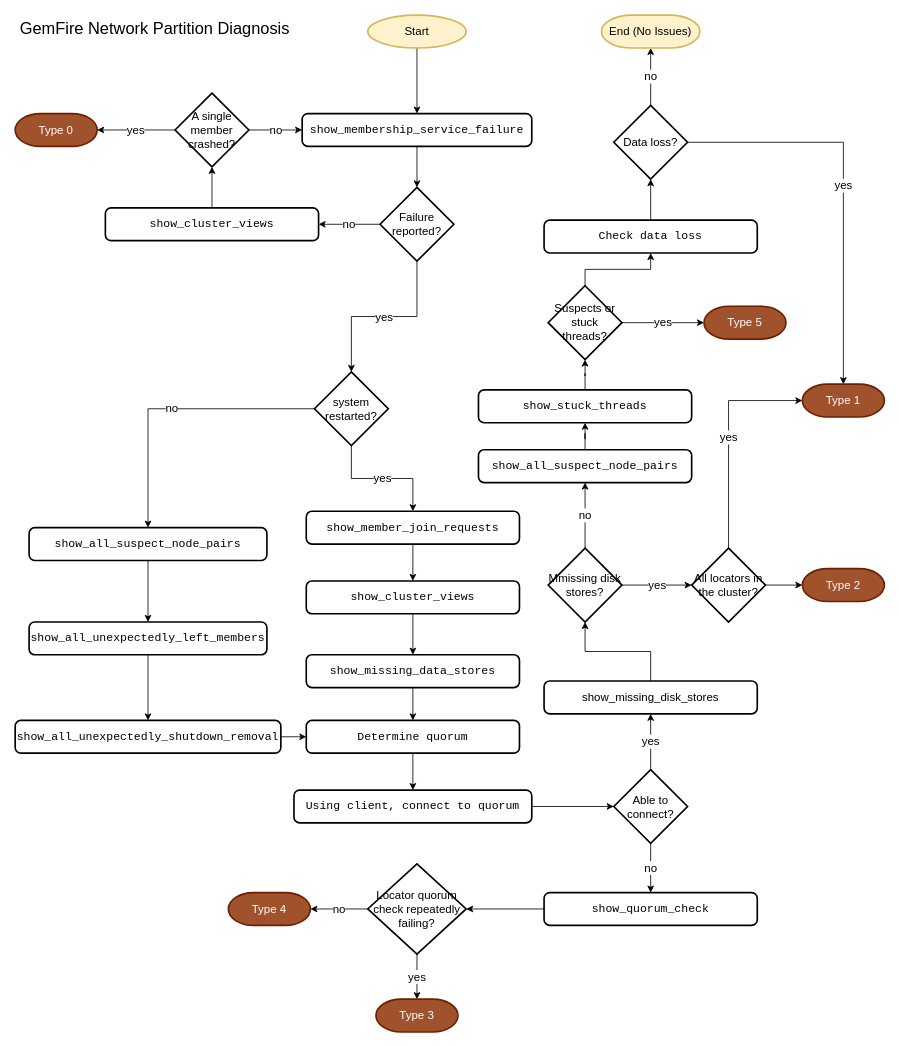
This is page "Diagnosis" (7 of 7) of images/drawio/split-brain.drawio from padogrid/bundle-geode-1-app-perf_test_sb-cluster-sb, a draw.io file, before an edit. Source tidied: cells renumbered, new cells numbered last; positions are measured from the earlier drawing's top-left corner, leaving out a move shared by most shapes. Both pictures are drawn from the tidied source at 82%, with x=0, y=0 at pixel (15, 15).
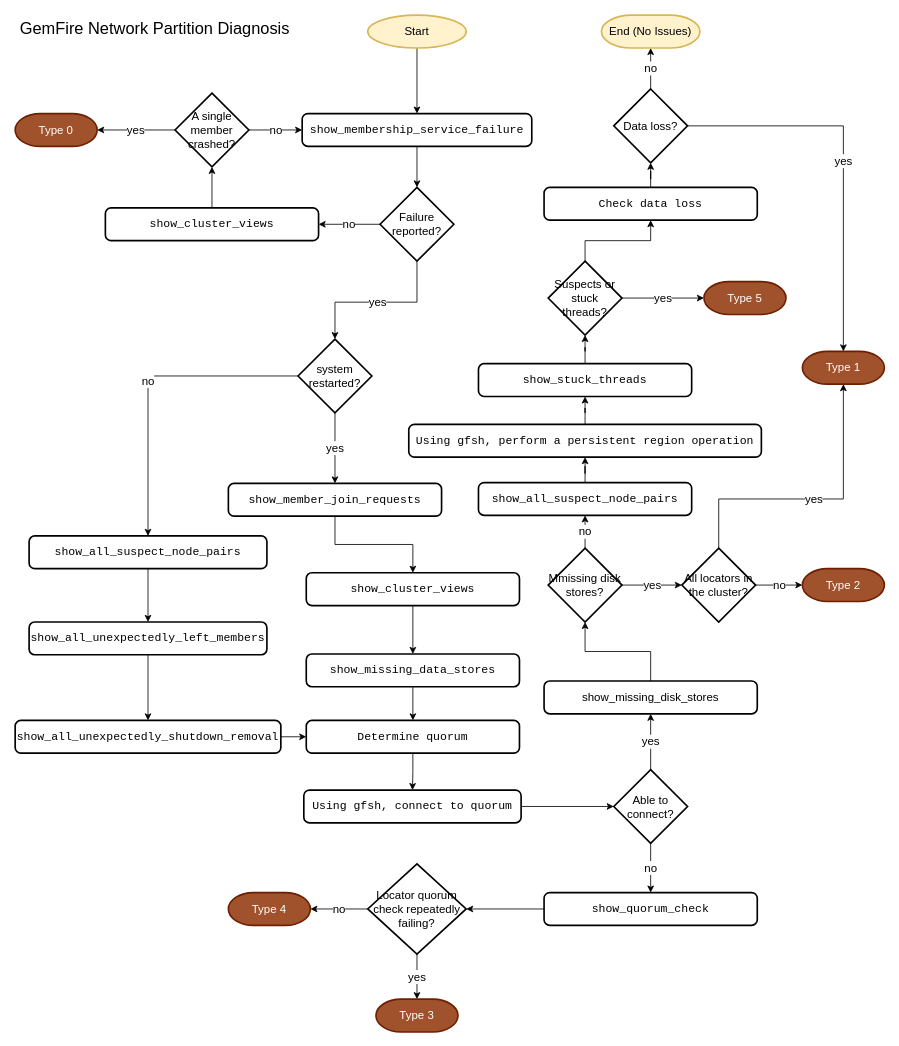
After the change.

Unchanged cells that the change refers to:
```xml
<mxCell id="8" value="Failure reported?" style="strokeWidth=2;html=1;shape=mxgraph.flowchart.decision;whiteSpace=wrap;fontFamily=Helvetica;fontSize=14;" parent="1" vertex="1">
  <mxGeometry x="445" y="210" width="90" height="90" as="geometry" />
</mxCell>
<mxCell id="60" value="Type 2" style="strokeWidth=2;html=1;shape=mxgraph.flowchart.terminator;whiteSpace=wrap;fontFamily=Helvetica;fillColor=#a0522d;strokeColor=#6D1F00;fontColor=#ffffff;fontSize=14;" parent="1" vertex="1">
  <mxGeometry x="960" y="675" width="100" height="40" as="geometry" />
</mxCell>
```

Change to the diagram source:
```diff
@@
     <mxCell id="6" value="yes" style="edgeStyle=orthogonalEdgeStyle;rounded=0;jettySize=auto;html=1;fontFamily=Helvetica;entryX=0.5;entryY=0;entryDx=0;entryDy=0;entryPerimeter=0;fontSize=14;" parent="1" edge="1" source="8" target="13">
-      <mxGeometry relative="1" as="geometry" />
+      <mxGeometry relative="1" as="geometry">
+        <Array as="points">
+          <mxPoint x="490" y="350" />
+          <mxPoint x="390" y="350" />
+        </Array>
+      </mxGeometry>
     </mxCell>
@@
     <mxCell id="10" value="&lt;pre class=&quot;language-bash&quot; style=&quot;font-size: 14px;&quot;&gt;&lt;pre class=&quot;language-bash&quot; style=&quot;font-size: 14px;&quot;&gt;&lt;code class=&quot;language-bash&quot; style=&quot;font-size: 14px;&quot;&gt;show_cluster_views&lt;/code&gt;&lt;/pre&gt;&lt;/pre&gt;" style="rounded=1;whiteSpace=wrap;html=1;absoluteArcSize=1;arcSize=14;strokeWidth=2;fontFamily=Helvetica;fontSize=14;" parent="1" vertex="1">
-      <mxGeometry x="355" y="690" width="260" height="40" as="geometry" />
+      <mxGeometry x="355" y="680" width="260" height="40" as="geometry" />
     </mxCell>
@@
     <mxCell id="13" value="system restarted?" style="strokeWidth=2;html=1;shape=mxgraph.flowchart.decision;whiteSpace=wrap;fontFamily=Helvetica;fontSize=14;" parent="1" vertex="1">
-      <mxGeometry x="365" y="435" width="90" height="90" as="geometry" />
+      <mxGeometry x="345" y="395" width="90" height="90" as="geometry" />
     </mxCell>
@@
-    <mxCell id="20" value="&lt;pre class=&quot;language-bash&quot; style=&quot;font-size: 14px;&quot;&gt;&lt;pre class=&quot;language-bash&quot; style=&quot;font-size: 14px;&quot;&gt;Using client, connect to quorum&lt;/pre&gt;&lt;/pre&gt;" style="rounded=1;whiteSpace=wrap;html=1;absoluteArcSize=1;arcSize=14;strokeWidth=2;fontFamily=Helvetica;fontSize=14;" parent="1" vertex="1">
-      <mxGeometry x="340" y="945" width="290" height="40" as="geometry" />
+    <mxCell id="20" value="&lt;pre class=&quot;language-bash&quot; style=&quot;font-size: 14px;&quot;&gt;&lt;pre class=&quot;language-bash&quot; style=&quot;font-size: 14px;&quot;&gt;Using gfsh, connect to quorum&lt;/pre&gt;&lt;/pre&gt;" style="rounded=1;whiteSpace=wrap;html=1;absoluteArcSize=1;arcSize=14;strokeWidth=2;fontFamily=Helvetica;fontSize=14;" parent="1" vertex="1">
+      <mxGeometry x="352" y="945" width="265" height="40" as="geometry" />
     </mxCell>
@@
     <mxCell id="22" value="&lt;pre class=&quot;language-bash&quot; style=&quot;font-size: 14px;&quot;&gt;&lt;pre class=&quot;language-bash&quot; style=&quot;font-size: 14px;&quot;&gt;&lt;code class=&quot;language-bash&quot; style=&quot;font-size: 14px;&quot;&gt;show_member_join_requests&lt;/code&gt;&lt;/pre&gt;&lt;/pre&gt;" style="rounded=1;whiteSpace=wrap;html=1;absoluteArcSize=1;arcSize=14;strokeWidth=2;fontFamily=Helvetica;fontSize=14;" parent="1" vertex="1">
-      <mxGeometry x="355" y="605" width="260" height="40" as="geometry" />
+      <mxGeometry x="260" y="571" width="260" height="40" as="geometry" />
     </mxCell>
@@
     <mxCell id="25" value="Type 1" style="strokeWidth=2;html=1;shape=mxgraph.flowchart.terminator;whiteSpace=wrap;fontFamily=Helvetica;fillColor=#a0522d;strokeColor=#6D1F00;fontColor=#ffffff;fontSize=14;" parent="1" vertex="1">
-      <mxGeometry x="960" y="450" width="100" height="40" as="geometry" />
+      <mxGeometry x="960" y="410" width="100" height="40" as="geometry" />
     </mxCell>
@@
     <mxCell id="31" value="&lt;pre class=&quot;language-bash&quot; style=&quot;font-size: 14px;&quot;&gt;&lt;pre class=&quot;language-bash&quot; style=&quot;font-size: 14px;&quot;&gt;Check data loss&lt;/pre&gt;&lt;/pre&gt;" style="rounded=1;whiteSpace=wrap;html=1;absoluteArcSize=1;arcSize=14;strokeWidth=2;fontFamily=Helvetica;fontSize=14;" parent="1" vertex="1">
-      <mxGeometry x="645" y="250" width="260" height="40" as="geometry" />
+      <mxGeometry x="645" y="210" width="260" height="40" as="geometry" />
     </mxCell>
@@
     <mxCell id="34" value="Data loss?" style="strokeWidth=2;html=1;shape=mxgraph.flowchart.decision;whiteSpace=wrap;fontFamily=Helvetica;fontSize=14;" parent="1" vertex="1">
-      <mxGeometry x="730" y="110" width="90" height="90" as="geometry" />
+      <mxGeometry x="730" y="90" width="90" height="90" as="geometry" />
     </mxCell>
@@
     <mxCell id="43" value="&lt;pre class=&quot;language-bash&quot; style=&quot;font-size: 14px;&quot;&gt;&lt;pre class=&quot;language-bash&quot; style=&quot;font-size: 14px;&quot;&gt;&lt;code class=&quot;language-bash&quot; style=&quot;font-size: 14px;&quot;&gt;show_all_suspect_node_pairs&lt;/code&gt;&lt;/pre&gt;&lt;/pre&gt;" style="rounded=1;whiteSpace=wrap;html=1;absoluteArcSize=1;arcSize=14;strokeWidth=2;fontFamily=Helvetica;fontSize=14;" parent="1" vertex="1">
-      <mxGeometry x="17" y="625" width="290" height="40" as="geometry" />
+      <mxGeometry x="17" y="635" width="290" height="40" as="geometry" />
     </mxCell>
@@
     <mxCell id="50" value="&lt;pre class=&quot;language-bash&quot; style=&quot;font-size: 14px;&quot;&gt;&lt;pre class=&quot;language-bash&quot; style=&quot;font-size: 14px;&quot;&gt;&lt;code class=&quot;language-bash&quot; style=&quot;font-size: 14px;&quot;&gt;show_missing_data_stores&lt;/code&gt;&lt;/pre&gt;&lt;/pre&gt;" style="rounded=1;whiteSpace=wrap;html=1;absoluteArcSize=1;arcSize=14;strokeWidth=2;fontFamily=Helvetica;fontSize=14;" parent="1" vertex="1">
-      <mxGeometry x="355" y="780" width="260" height="40" as="geometry" />
+      <mxGeometry x="355" y="779" width="260" height="40" as="geometry" />
     </mxCell>
@@
-    <mxCell id="57" value="yes" style="edgeStyle=orthogonalEdgeStyle;rounded=0;jettySize=auto;html=1;entryX=0;entryY=0.5;entryDx=0;entryDy=0;entryPerimeter=0;fontSize=14;exitX=0.5;exitY=0;exitDx=0;exitDy=0;exitPerimeter=0;" parent="1" edge="1" source="59" target="25">
-      <mxGeometry relative="1" as="geometry" />
+    <mxCell id="57" value="yes" style="edgeStyle=orthogonalEdgeStyle;rounded=0;jettySize=auto;html=1;entryX=0.5;entryY=1;entryDx=0;entryDy=0;entryPerimeter=0;fontSize=14;exitX=0.5;exitY=0;exitDx=0;exitDy=0;exitPerimeter=0;" parent="1" edge="1" source="59" target="25">
+      <mxGeometry relative="1" as="geometry">
+        <Array as="points">
+          <mxPoint x="858" y="590" />
+          <mxPoint x="1010" y="590" />
+        </Array>
+      </mxGeometry>
     </mxCell>
-    <mxCell id="58" style="edgeStyle=orthogonalEdgeStyle;rounded=0;jettySize=auto;html=1;entryX=0;entryY=0.5;entryDx=0;entryDy=0;entryPerimeter=0;fontSize=14;" parent="1" edge="1" source="59" target="60">
+    <mxCell id="58" value="no" style="edgeStyle=orthogonalEdgeStyle;rounded=0;jettySize=auto;html=1;entryX=0;entryY=0.5;entryDx=0;entryDy=0;entryPerimeter=0;fontSize=14;" parent="1" edge="1" source="59" target="60">
       <mxGeometry relative="1" as="geometry" />
     </mxCell>
     <mxCell id="59" value="All locators in the cluster?" style="strokeWidth=2;html=1;shape=mxgraph.flowchart.decision;whiteSpace=wrap;fontFamily=Helvetica;fontSize=14;" parent="1" vertex="1">
-      <mxGeometry x="825" y="650" width="90" height="90" as="geometry" />
+      <mxGeometry x="813" y="650" width="90" height="90" as="geometry" />
     </mxCell>
@@
-    <mxCell id="61" style="edgeStyle=orthogonalEdgeStyle;rounded=0;jettySize=auto;html=1;entryX=0.5;entryY=1;entryDx=0;entryDy=0;fontSize=14;" parent="1" edge="1" source="62" target="67">
-      <mxGeometry relative="1" as="geometry" />
-    </mxCell>
+    <mxCell id="69" style="edgeStyle=orthogonalEdgeStyle;rounded=0;jettySize=auto;html=1;entryX=0.5;entryY=1;entryDx=0;entryDy=0;fontSize=14;" parent="1" edge="1" source="62" target="71">
+      <mxGeometry relative="1" as="geometry" />
+    </mxCell>
     <mxCell id="62" value="&lt;pre class=&quot;language-bash&quot; style=&quot;font-size: 14px;&quot;&gt;&lt;pre class=&quot;language-bash&quot; style=&quot;font-size: 14px;&quot;&gt;&lt;code class=&quot;language-bash&quot; style=&quot;font-size: 14px;&quot;&gt;show_all_suspect_node_pairs&lt;/code&gt;&lt;/pre&gt;&lt;/pre&gt;" style="rounded=1;whiteSpace=wrap;html=1;absoluteArcSize=1;arcSize=14;strokeWidth=2;fontFamily=Helvetica;fontSize=14;" parent="1" vertex="1">
-      <mxGeometry x="565" y="530" width="260" height="40" as="geometry" />
+      <mxGeometry x="565" y="570" width="260" height="40" as="geometry" />
     </mxCell>
@@
     <mxCell id="65" value="Suspects or stuck threads?" style="strokeWidth=2;html=1;shape=mxgraph.flowchart.decision;whiteSpace=wrap;fontFamily=Helvetica;fontSize=14;" parent="1" vertex="1">
-      <mxGeometry x="650" y="330" width="90" height="90" as="geometry" />
+      <mxGeometry x="650" y="300" width="90" height="90" as="geometry" />
     </mxCell>
@@
     <mxCell id="67" value="&lt;pre class=&quot;language-bash&quot; style=&quot;font-size: 14px;&quot;&gt;&lt;pre class=&quot;language-bash&quot; style=&quot;font-size: 14px;&quot;&gt;show_stuck_threads&lt;/pre&gt;&lt;/pre&gt;" style="rounded=1;whiteSpace=wrap;html=1;absoluteArcSize=1;arcSize=14;strokeWidth=2;fontFamily=Helvetica;fontSize=14;" parent="1" vertex="1">
-      <mxGeometry x="565" y="457" width="260" height="40" as="geometry" />
+      <mxGeometry x="565" y="425" width="260" height="40" as="geometry" />
     </mxCell>
     <mxCell id="68" value="Type 5" style="strokeWidth=2;html=1;shape=mxgraph.flowchart.terminator;whiteSpace=wrap;fontFamily=Helvetica;fillColor=#a0522d;fontColor=#ffffff;strokeColor=#6D1F00;fontSize=14;" parent="1" vertex="1">
-      <mxGeometry x="840" y="355" width="100" height="40" as="geometry" />
+      <mxGeometry x="840" y="325" width="100" height="40" as="geometry" />
     </mxCell>
+    <mxCell id="70" style="edgeStyle=orthogonalEdgeStyle;rounded=0;jettySize=auto;html=1;entryX=0.5;entryY=1;entryDx=0;entryDy=0;fontSize=14;" parent="1" edge="1" source="71" target="67">
+      <mxGeometry relative="1" as="geometry" />
+    </mxCell>
+    <mxCell id="71" value="&lt;pre class=&quot;language-bash&quot; style=&quot;font-size: 14px;&quot;&gt;&lt;pre class=&quot;language-bash&quot; style=&quot;font-size: 14px;&quot;&gt;Using gfsh, perform a persistent region operation&lt;/pre&gt;&lt;/pre&gt;" style="rounded=1;whiteSpace=wrap;html=1;absoluteArcSize=1;arcSize=14;strokeWidth=2;fontFamily=Helvetica;fontSize=14;" parent="1" vertex="1">
+      <mxGeometry x="480" y="499" width="430" height="40" as="geometry" />
+    </mxCell>
```
